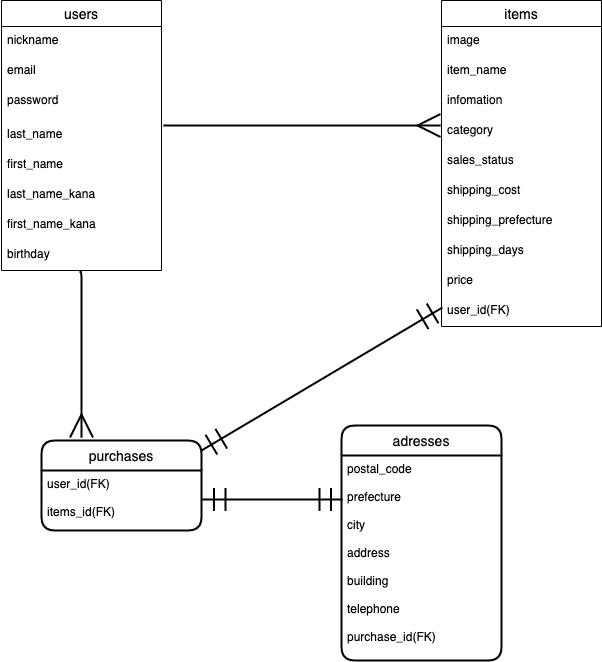
The draw.io diagram furima.drawio.png in saya1216/furima-36071, before a commit. Source tidied: cells renumbered, new cells last; positions are measured from the earlier drawing's top-left corner, leaving out a move shared by most shapes. The source it was exported from:
```xml
<mxGraphModel background="#FFFFFF">
  <root>
    <mxCell id="0" />
    <mxCell id="1" parent="0" />
    <mxCell id="2" value="users" style="swimlane;fontStyle=0;horizontal=1;startSize=26;align=center;fontSize=14;fillColor=#FFFFFF;fontColor=#000000;swimlaneFillColor=none;strokeColor=#000000;" parent="1" vertex="1">
      <mxGeometry width="160" height="270" as="geometry" />
    </mxCell>
    <mxCell id="3" value="nickname" style="text;strokeColor=none;fillColor=none;spacingLeft=4;spacingRight=4;overflow=hidden;fontSize=12;fontColor=#000000;" parent="2" vertex="1">
      <mxGeometry y="26" width="160" height="30" as="geometry" />
    </mxCell>
    <mxCell id="4" value="email" style="text;spacingLeft=4;spacingRight=4;overflow=hidden;fontSize=12;strokeWidth=3;fontColor=#000000;" parent="2" vertex="1">
      <mxGeometry y="56" width="160" height="30" as="geometry" />
    </mxCell>
    <mxCell id="5" value="password&#10;" style="text;strokeColor=none;fillColor=none;spacingLeft=4;spacingRight=4;overflow=hidden;fontSize=12;fontColor=#000000;" parent="2" vertex="1">
      <mxGeometry y="86" width="160" height="34" as="geometry" />
    </mxCell>
    <mxCell id="6" value="last_name" style="text;strokeColor=none;fillColor=none;spacingLeft=4;spacingRight=4;overflow=hidden;fontSize=12;fontColor=#000000;" parent="2" vertex="1">
      <mxGeometry y="120" width="160" height="30" as="geometry" />
    </mxCell>
    <mxCell id="7" value="first_name&#10;" style="text;strokeColor=none;fillColor=none;spacingLeft=4;spacingRight=4;overflow=hidden;fontSize=12;fontColor=#000000;" parent="2" vertex="1">
      <mxGeometry y="150" width="160" height="30" as="geometry" />
    </mxCell>
    <mxCell id="8" value="last_name_kana" style="text;strokeColor=none;fillColor=none;spacingLeft=4;spacingRight=4;overflow=hidden;fontSize=12;fontColor=#000000;" parent="2" vertex="1">
      <mxGeometry y="180" width="160" height="30" as="geometry" />
    </mxCell>
    <mxCell id="9" value="first_name_kana" style="text;strokeColor=none;fillColor=none;spacingLeft=4;spacingRight=4;overflow=hidden;fontSize=12;fontColor=#000000;" parent="2" vertex="1">
      <mxGeometry y="210" width="160" height="30" as="geometry" />
    </mxCell>
    <mxCell id="10" value="birthday" style="text;strokeColor=none;fillColor=none;spacingLeft=4;spacingRight=4;overflow=hidden;points=[[0,0.5],[1,0.5]];portConstraint=eastwest;fontSize=12;fontColor=#000000;" parent="2" vertex="1">
      <mxGeometry y="240" width="160" height="30" as="geometry" />
    </mxCell>
    <mxCell id="11" value="items" style="swimlane;fontStyle=0;horizontal=1;startSize=26;align=center;fontSize=14;fontColor=#000000;fillColor=#FFFFFF;strokeColor=#000000;perimeterSpacing=0;" parent="1" vertex="1">
      <mxGeometry x="440" width="160" height="326" as="geometry" />
    </mxCell>
    <mxCell id="12" value="image&#10;" style="text;strokeColor=none;fillColor=none;spacingLeft=4;spacingRight=4;overflow=hidden;fontSize=12;fontColor=#000000;" parent="11" vertex="1">
      <mxGeometry y="26" width="160" height="30" as="geometry" />
    </mxCell>
    <mxCell id="13" value="item_name" style="text;spacingLeft=4;spacingRight=4;overflow=hidden;fontSize=12;strokeWidth=0;labelBorderColor=none;fontColor=#000000;" parent="11" vertex="1">
      <mxGeometry y="56" width="160" height="30" as="geometry" />
    </mxCell>
    <mxCell id="14" value="infomation" style="text;strokeColor=none;fillColor=none;spacingLeft=4;spacingRight=4;overflow=hidden;fontSize=12;fontColor=#000000;" parent="11" vertex="1">
      <mxGeometry y="86" width="160" height="30" as="geometry" />
    </mxCell>
    <mxCell id="15" value="category" style="text;spacingLeft=4;spacingRight=4;overflow=hidden;fontSize=12;labelBackgroundColor=none;fontColor=#000000;" parent="11" vertex="1">
      <mxGeometry y="116" width="160" height="30" as="geometry" />
    </mxCell>
    <mxCell id="16" value="sales_status" style="text;strokeColor=none;fillColor=none;spacingLeft=4;spacingRight=4;overflow=hidden;fontSize=12;labelBackgroundColor=none;fontColor=#000000;" parent="11" vertex="1">
      <mxGeometry y="146" width="160" height="30" as="geometry" />
    </mxCell>
    <mxCell id="17" value="shipping_cost" style="text;strokeColor=none;fillColor=none;spacingLeft=4;spacingRight=4;overflow=hidden;fontSize=12;fontColor=#000000;" parent="11" vertex="1">
      <mxGeometry y="176" width="160" height="30" as="geometry" />
    </mxCell>
    <mxCell id="18" value="shipping_prefecture" style="text;strokeColor=none;fillColor=none;spacingLeft=4;spacingRight=4;overflow=hidden;fontSize=12;fontColor=#000000;" parent="11" vertex="1">
      <mxGeometry y="206" width="160" height="30" as="geometry" />
    </mxCell>
    <mxCell id="19" value="shipping_days" style="text;fillColor=none;spacingLeft=4;spacingRight=4;overflow=hidden;fontSize=12;fontColor=#000000;" parent="11" vertex="1">
      <mxGeometry y="236" width="160" height="30" as="geometry" />
    </mxCell>
    <mxCell id="20" value="price" style="text;strokeColor=none;fillColor=none;spacingLeft=4;spacingRight=4;overflow=hidden;fontSize=12;fontColor=#000000;" parent="11" vertex="1">
      <mxGeometry y="266" width="160" height="30" as="geometry" />
    </mxCell>
    <mxCell id="21" value="user_id(FK)" style="text;strokeColor=none;fillColor=none;spacingLeft=4;spacingRight=4;overflow=hidden;points=[[0,0.5],[1,0.5]];portConstraint=eastwest;fontSize=12;fontColor=#000000;" parent="11" vertex="1">
      <mxGeometry y="296" width="160" height="30" as="geometry" />
    </mxCell>
    <mxCell id="22" value="purchases" style="swimlane;horizontal=1;startSize=30;rounded=1;fontSize=14;fontStyle=0;strokeWidth=2;shadow=0;dashed=0;align=center;fillColor=#FFFFFF;fontColor=#000000;strokeColor=#000000;" parent="1" vertex="1">
      <mxGeometry x="40" y="440" width="160" height="90" as="geometry" />
    </mxCell>
    <mxCell id="23" value="user_id(FK)&#10;&#10;items_id(FK)&#10;" style="align=left;strokeColor=none;fillColor=none;spacingLeft=4;fontSize=12;verticalAlign=top;fontColor=#000000;" parent="22" vertex="1">
      <mxGeometry y="30" width="160" height="60" as="geometry" />
    </mxCell>
    <mxCell id="24" value="adresses" style="swimlane;horizontal=1;startSize=30;rounded=1;fontSize=14;fontStyle=0;strokeWidth=2;shadow=0;dashed=0;align=center;fillColor=#FFFFFF;fontColor=#000000;strokeColor=#000000;" parent="1" vertex="1">
      <mxGeometry x="340" y="425" width="160" height="235" as="geometry" />
    </mxCell>
    <mxCell id="25" value="postal_code&#10;&#10;prefecture&#10;&#10;city&#10;&#10;address&#10;&#10;building&#10;&#10;telephone&#10;&#10;purchase_id(FK)" style="align=left;strokeColor=none;fillColor=none;spacingLeft=4;fontSize=12;verticalAlign=top;fontColor=#000000;" parent="24" vertex="1">
      <mxGeometry y="30" width="160" height="205" as="geometry" />
    </mxCell>
    <mxCell id="26" style="edgeStyle=elbowEdgeStyle;fontSize=12;html=1;endArrow=ERmany;targetPerimeterSpacing=0;strokeWidth=2;rounded=1;endSize=20;labelBorderColor=none;strokeColor=#000000;" parent="1" edge="1">
      <mxGeometry relative="1" as="geometry">
        <mxPoint x="162" y="125" as="sourcePoint" />
        <mxPoint x="439" y="125" as="targetPoint" />
      </mxGeometry>
    </mxCell>
    <mxCell id="27" style="edgeStyle=elbowEdgeStyle;fontSize=12;html=1;endArrow=ERmany;endSize=20;targetPerimeterSpacing=0;strokeWidth=2;exitX=0.488;exitY=1.033;exitDx=0;exitDy=0;exitPerimeter=0;entryX=0.256;entryY=-0.033;entryDx=0;entryDy=0;entryPerimeter=0;strokeColor=#000000;" parent="1" edge="1" source="10" target="22">
      <mxGeometry relative="1" as="geometry" />
    </mxCell>
    <mxCell id="28" style="fontSize=12;html=1;endArrow=ERmandOne;startArrow=ERmandOne;endSize=20;targetPerimeterSpacing=0;strokeWidth=2;startSize=20;entryX=0.006;entryY=0.367;entryDx=0;entryDy=0;entryPerimeter=0;strokeColor=#000000;" parent="1" edge="1" target="21">
      <mxGeometry relative="1" as="geometry">
        <mxPoint x="200" y="450" as="sourcePoint" />
      </mxGeometry>
    </mxCell>
    <mxCell id="29" style="edgeStyle=entityRelationEdgeStyle;fontSize=12;html=1;endArrow=ERmandOne;startArrow=ERmandOne;startSize=20;endSize=20;targetPerimeterSpacing=0;strokeWidth=2;exitX=1.006;exitY=0.483;exitDx=0;exitDy=0;exitPerimeter=0;strokeColor=#000000;" parent="1" edge="1" source="23">
      <mxGeometry relative="1" as="geometry">
        <mxPoint x="341" y="499" as="targetPoint" />
      </mxGeometry>
    </mxCell>
  </root>
</mxGraphModel>
```
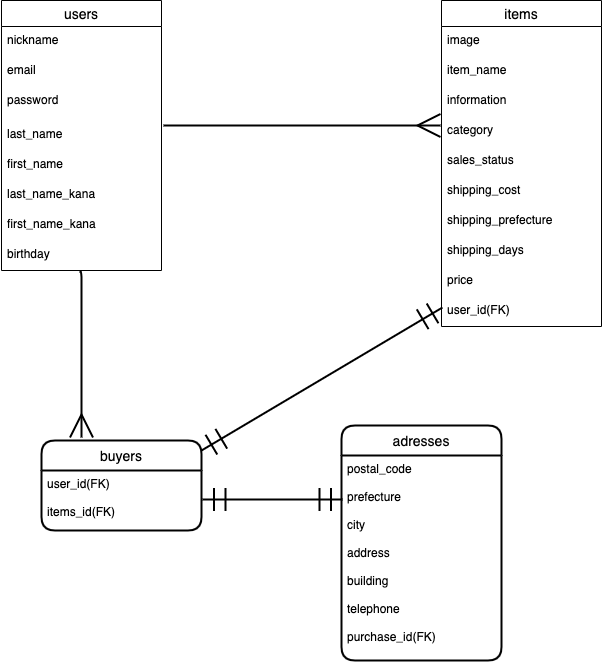
Later version of the same file.

Commit message:
READMEにDB設計を記述

Change to the diagram source:
```diff
@@ -38,7 +38,7 @@
     <mxCell id="13" value="item_name" style="text;spacingLeft=4;spacingRight=4;overflow=hidden;fontSize=12;strokeWidth=0;labelBorderColor=none;fontColor=#000000;" parent="11" vertex="1">
       <mxGeometry y="56" width="160" height="30" as="geometry" />
     </mxCell>
-    <mxCell id="14" value="infomation" style="text;strokeColor=none;fillColor=none;spacingLeft=4;spacingRight=4;overflow=hidden;fontSize=12;fontColor=#000000;" parent="11" vertex="1">
+    <mxCell id="14" value="information" style="text;strokeColor=none;fillColor=none;spacingLeft=4;spacingRight=4;overflow=hidden;fontSize=12;fontColor=#000000;" parent="11" vertex="1">
       <mxGeometry y="86" width="160" height="30" as="geometry" />
     </mxCell>
     <mxCell id="15" value="category" style="text;spacingLeft=4;spacingRight=4;overflow=hidden;fontSize=12;labelBackgroundColor=none;fontColor=#000000;" parent="11" vertex="1">
@@ -62,7 +62,7 @@
     <mxCell id="21" value="user_id(FK)" style="text;strokeColor=none;fillColor=none;spacingLeft=4;spacingRight=4;overflow=hidden;points=[[0,0.5],[1,0.5]];portConstraint=eastwest;fontSize=12;fontColor=#000000;" parent="11" vertex="1">
       <mxGeometry y="296" width="160" height="30" as="geometry" />
     </mxCell>
-    <mxCell id="22" value="purchases" style="swimlane;horizontal=1;startSize=30;rounded=1;fontSize=14;fontStyle=0;strokeWidth=2;shadow=0;dashed=0;align=center;fillColor=#FFFFFF;fontColor=#000000;strokeColor=#000000;" parent="1" vertex="1">
+    <mxCell id="22" value="buyers" style="swimlane;horizontal=1;startSize=30;rounded=1;fontSize=14;fontStyle=0;strokeWidth=2;shadow=0;dashed=0;align=center;fillColor=#FFFFFF;fontColor=#000000;strokeColor=#000000;" parent="1" vertex="1">
       <mxGeometry x="40" y="440" width="160" height="90" as="geometry" />
     </mxCell>
     <mxCell id="23" value="user_id(FK)&#10;&#10;items_id(FK)&#10;" style="align=left;strokeColor=none;fillColor=none;spacingLeft=4;fontSize=12;verticalAlign=top;fontColor=#000000;" parent="22" vertex="1">
```
